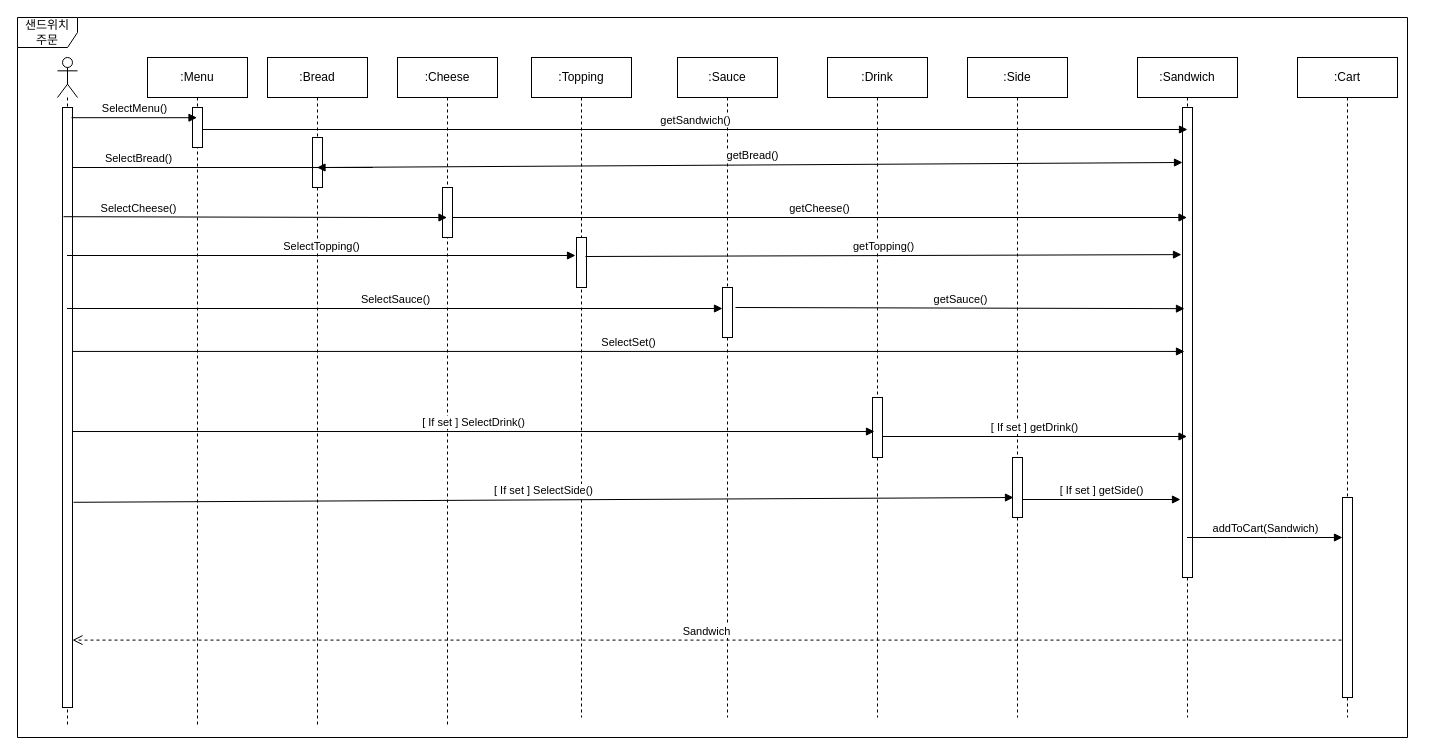
distroytest/KNUSD-20202-Team05 keeps this draw.io diagram as 상세명세서/Behavioral Model/sequence diagram/selece menu.drawio. Above is the earlier version. Source tidied: cells renumbered, new cells numbered last; positions are measured from the earlier drawing's top-left corner, leaving out a move shared by most shapes. Both pictures are drawn from the tidied source at 100%, with x=0, y=0 at pixel (17, 17).
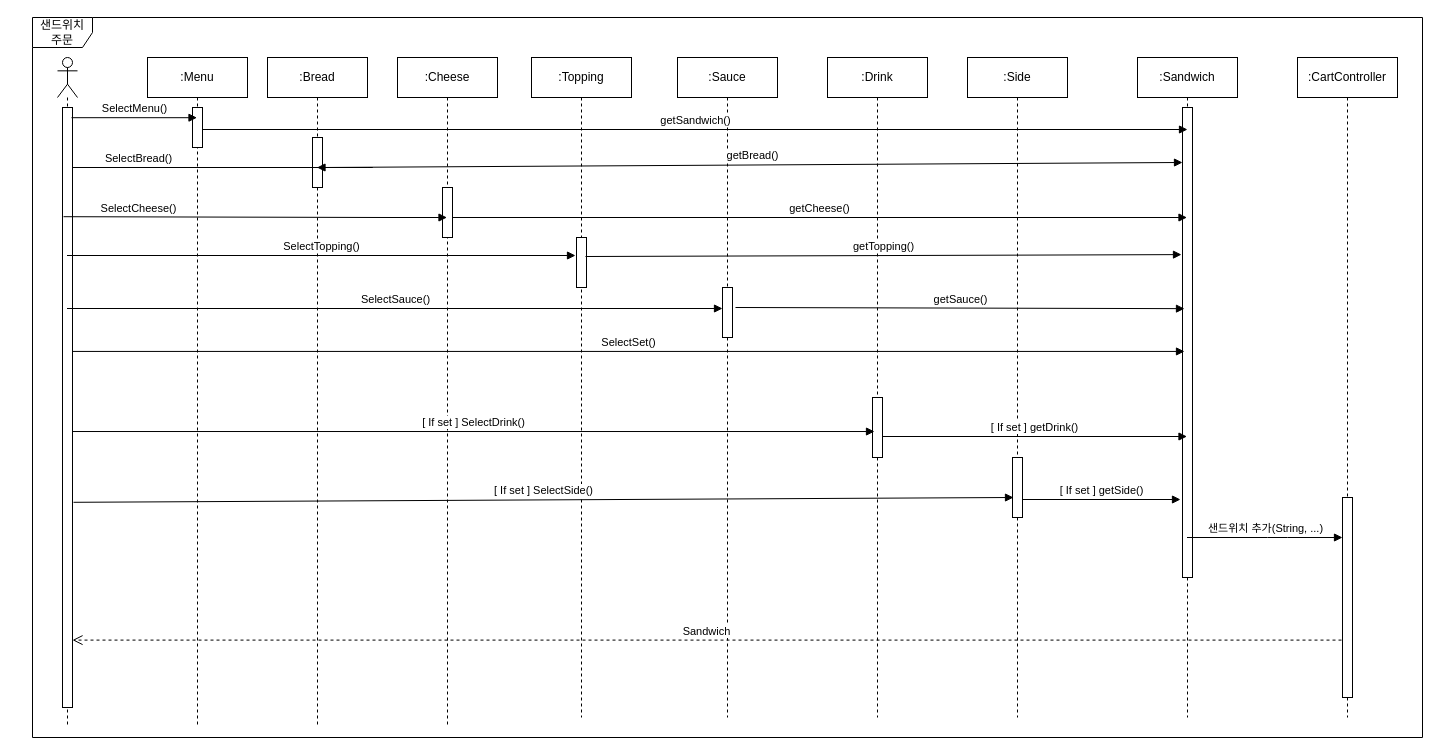
Above is the later version.

The change refers to these unchanged cells:
```xml
<mxCell id="16" style="html=1;points=[];perimeter=orthogonalPerimeter;" parent="15" vertex="1">
  <mxGeometry x="45" y="440" width="10" height="200" as="geometry" />
</mxCell>
<mxCell id="20" value=":Sandwich" style="shape=umlLifeline;perimeter=lifelinePerimeter;whiteSpace=wrap;html=1;outlineConnect=0;" parent="1" vertex="1">
  <mxGeometry x="1120" y="40" width="100" height="660" as="geometry" />
</mxCell>
```

Change to the diagram source:
```diff
@@
-    <mxCell id="15" value=":Cart" style="shape=umlLifeline;perimeter=lifelinePerimeter;whiteSpace=wrap;html=1;" parent="1" vertex="1">
+    <mxCell id="15" value=":CartController" style="shape=umlLifeline;perimeter=lifelinePerimeter;whiteSpace=wrap;html=1;" parent="1" vertex="1">
       <mxGeometry x="1280" y="40" width="100" height="660" as="geometry" />
     </mxCell>
@@
-    <mxCell id="37" value="addToCart(Sandwich)" style="html=1;verticalAlign=bottom;endArrow=block;" parent="1" edge="1" source="20" target="16">
+    <mxCell id="37" value="샌드위치 추가(String, ...)" style="html=1;verticalAlign=bottom;endArrow=block;" parent="1" edge="1" source="20" target="16">
       <mxGeometry relative="1" as="geometry">
         <Array as="points">
           <mxPoint x="1260" y="520" />
         </Array>
       </mxGeometry>
     </mxCell>
@@
     <mxCell id="39" value="샌드위치 주문" style="shape=umlFrame;whiteSpace=wrap;html=1;" parent="1" vertex="1">
-      <mxGeometry width="1390" height="720" as="geometry" />
+      <mxGeometry x="15" width="1390" height="720" as="geometry" />
     </mxCell>
```
